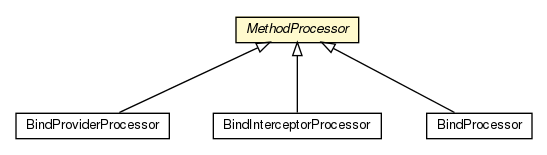
Earlier version of the Graphviz export javadocs/main/org/androidtransfuse/analysis/module/MethodProcessor.png (johncarl81/transfuse). Its source is kept beside it as javadocs/main/org/androidtransfuse/analysis/module/MethodProcessor.dot.
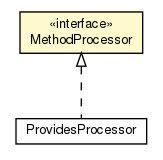
After the commit.

What changed in the source:
```diff
@@ -4,27 +4,16 @@
 	node [fontname="Helvetica",fontsize=10,shape=plaintext];
 	nodesep=0.25;
 	ranksep=0.5;
-	c53048 [label=<<table title="org.androidtransfuse.analysis.module.BindProviderProcessor" border="0" cellborder="1" cellspacing="0" cellpadding="2" port="p" href="./BindProviderProcessor.html">
+	c57000 [label=<<table title="org.androidtransfuse.analysis.module.ProvidesProcessor" border="0" cellborder="1" cellspacing="0" cellpadding="2" port="p" href="./ProvidesProcessor.html">
 		<tr><td><table border="0" cellspacing="0" cellpadding="1">
-<tr><td align="center" balign="center"> BindProviderProcessor </td></tr>
+<tr><td align="center" balign="center"> ProvidesProcessor </td></tr>
 		</table></td></tr>
 		</table>>, fontname="Helvetica", fontcolor="black", fontsize=10.0];
-	c53049 [label=<<table title="org.androidtransfuse.analysis.module.MethodProcessor" border="0" cellborder="1" cellspacing="0" cellpadding="2" port="p" bgcolor="lemonChiffon" href="./MethodProcessor.html">
+	c57004 [label=<<table title="org.androidtransfuse.analysis.module.MethodProcessor" border="0" cellborder="1" cellspacing="0" cellpadding="2" port="p" bgcolor="lemonChiffon" href="./MethodProcessor.html">
 		<tr><td><table border="0" cellspacing="0" cellpadding="1">
-<tr><td align="center" balign="center"><font face="Helvetica-Oblique"> MethodProcessor </font></td></tr>
+<tr><td align="center" balign="center"> &#171;interface&#187; </td></tr>
+<tr><td align="center" balign="center"> MethodProcessor </td></tr>
 		</table></td></tr>
 		</table>>, fontname="Helvetica", fontcolor="black", fontsize=10.0];
-	c53050 [label=<<table title="org.androidtransfuse.analysis.module.BindInterceptorProcessor" border="0" cellborder="1" cellspacing="0" cellpadding="2" port="p" href="./BindInterceptorProcessor.html">
-		<tr><td><table border="0" cellspacing="0" cellpadding="1">
-<tr><td align="center" balign="center"> BindInterceptorProcessor </td></tr>
-		</table></td></tr>
-		</table>>, fontname="Helvetica", fontcolor="black", fontsize=10.0];
-	c53052 [label=<<table title="org.androidtransfuse.analysis.module.BindProcessor" border="0" cellborder="1" cellspacing="0" cellpadding="2" port="p" href="./BindProcessor.html">
-		<tr><td><table border="0" cellspacing="0" cellpadding="1">
-<tr><td align="center" balign="center"> BindProcessor </td></tr>
-		</table></td></tr>
-		</table>>, fontname="Helvetica", fontcolor="black", fontsize=10.0];
-	c53049:p -> c53048:p [dir=back,arrowtail=empty];
-	c53049:p -> c53050:p [dir=back,arrowtail=empty];
-	c53049:p -> c53052:p [dir=back,arrowtail=empty];
+	c57004:p -> c57000:p [dir=back,arrowtail=empty,style=dashed];
 }
```
